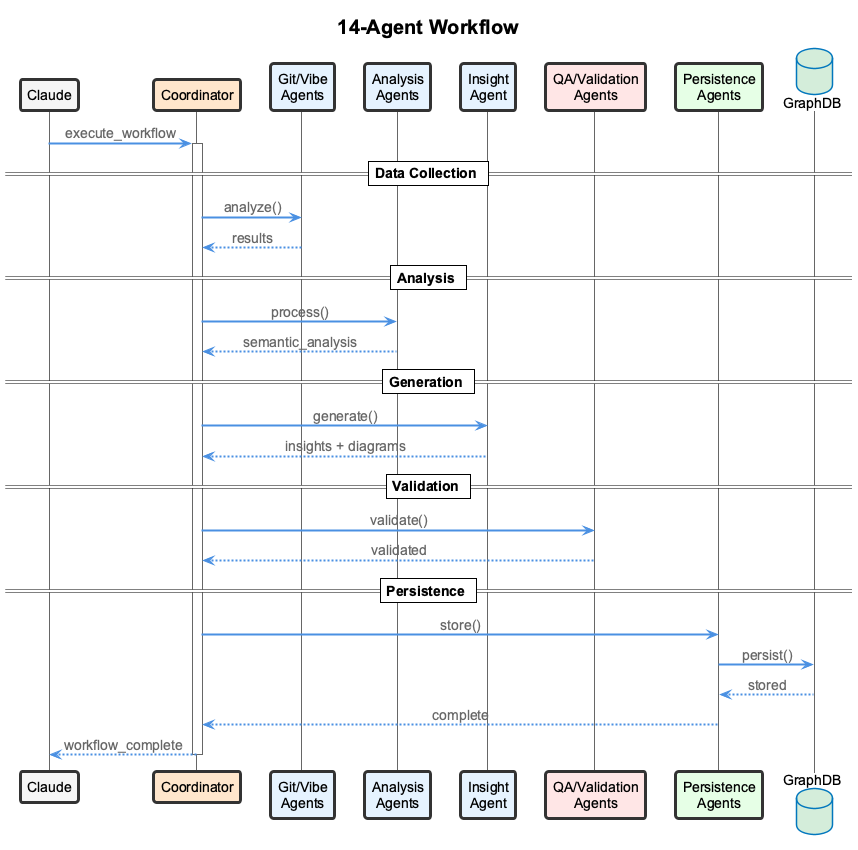
Before: docs/presentation/images/agent-coordination-flow.png, a diagram exported from PlantUML (fwornle/coding). Source of this version:
```plantuml
@startuml agent-coordination-flow
!include _standard-style.puml


skinparam defaultFontSize 14
skinparam titleFontSize 20
skinparam ArrowThickness 2

title 14-Agent Workflow

participant "Claude" as CLAUDE
participant "Coordinator" as COORD #FFE6CC
participant "Git/Vibe\nAgents" as DATA #E6F3FF
participant "Analysis\nAgents" as ANALYSIS #E6F3FF
participant "Insight\nAgent" as INSIGHT #E6F3FF
participant "QA/Validation\nAgents" as QA #FFE6E6
participant "Persistence\nAgents" as PERSIST #E6FFE6
database "GraphDB" as DB #D4EDDA

CLAUDE -> COORD : execute_workflow
activate COORD

== Data Collection ==
COORD -> DATA : analyze()
DATA --> COORD : results

== Analysis ==
COORD -> ANALYSIS : process()
ANALYSIS --> COORD : semantic_analysis

== Generation ==
COORD -> INSIGHT : generate()
INSIGHT --> COORD : insights + diagrams

== Validation ==
COORD -> QA : validate()
QA --> COORD : validated

== Persistence ==
COORD -> PERSIST : store()
PERSIST -> DB : persist()
DB --> PERSIST : stored
PERSIST --> COORD : complete

COORD --> CLAUDE : workflow_complete
deactivate COORD

@enduml
```
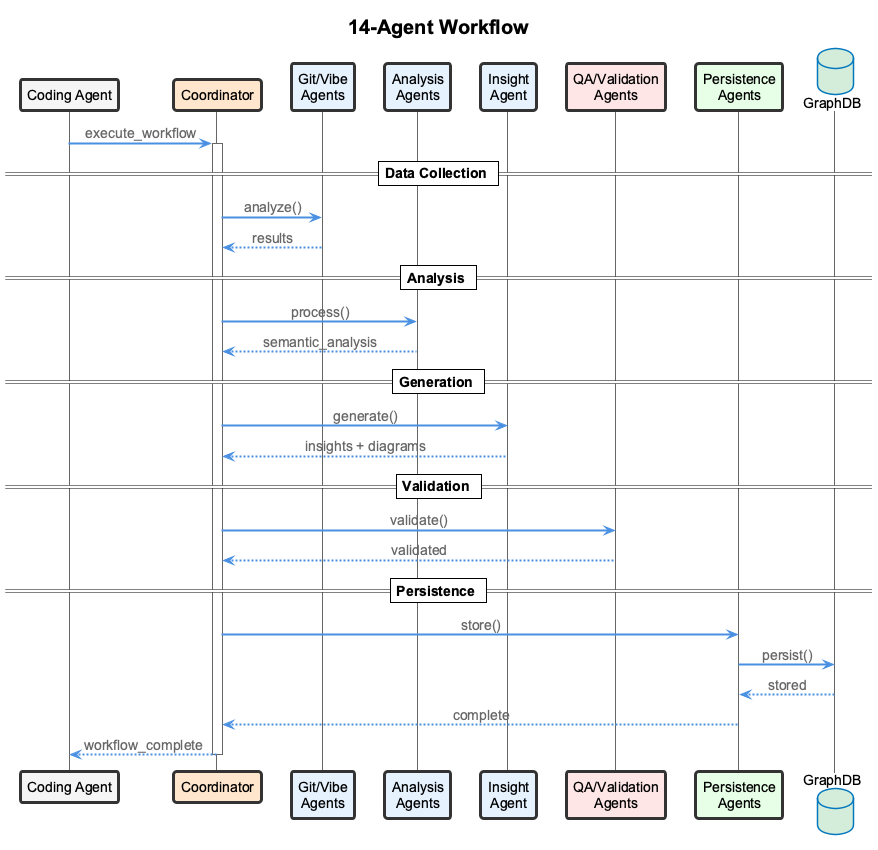
The same file after the commit.

What changed in the source:
```diff
@@ -8,7 +8,7 @@
 
 title 14-Agent Workflow
 
-participant "Claude" as CLAUDE
+participant "Coding Agent" as CLAUDE
 participant "Coordinator" as COORD #FFE6CC
 participant "Git/Vibe\nAgents" as DATA #E6F3FF
 participant "Analysis\nAgents" as ANALYSIS #E6F3FF
```
